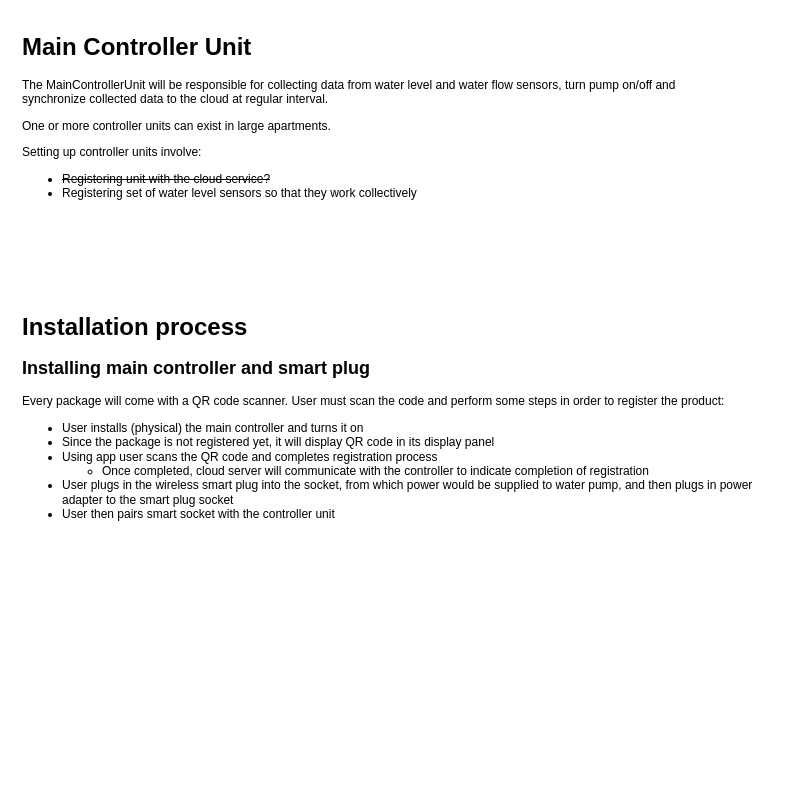
This is page "GatewayDevice" (3 of 3) of notes/WaterPumpMaintenance.drawio from aniruddhand/ciot-capstone, a draw.io file, before an edit. Source tidied: cells renumbered, new cells numbered last; positions are measured from the earlier drawing's top-left corner, leaving out a move shared by most shapes. Both pictures are drawn from the tidied source at 100%, with x=0, y=0 at pixel (17, 27).
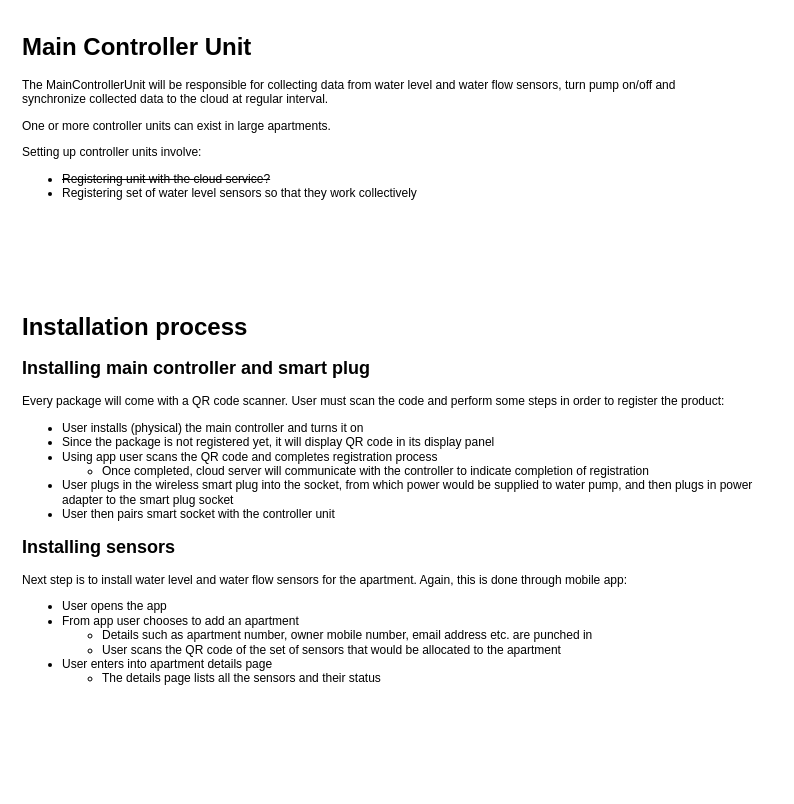
After the change.

Commit message:
Updated sensor installation process

Diff of the diagram source:
```diff
@@
 <mxGraphModel>
   <root>
     <mxCell id="0" />
     <mxCell id="1" parent="0" />
     <mxCell id="2" value="&lt;h1&gt;Main Controller Unit&lt;/h1&gt;&lt;p&gt;The MainControllerUnit will be responsible for collecting data from water level and water flow sensors, turn pump on/off and synchronize collected data to the cloud at regular interval.&lt;/p&gt;&lt;p&gt;One or more controller units can exist in large apartments.&lt;/p&gt;&lt;p&gt;Setting up controller units involve:&lt;/p&gt;&lt;ul&gt;&lt;li&gt;&lt;strike&gt;Registering unit with the cloud service?&lt;/strike&gt;&lt;br&gt;&lt;/li&gt;&lt;li&gt;Registering set of water level sensors so that they work collectively&lt;/li&gt;&lt;/ul&gt;" style="text;html=1;strokeColor=none;fillColor=none;spacing=5;spacingTop=-20;whiteSpace=wrap;overflow=hidden;rounded=0;" parent="1" vertex="1">
       <mxGeometry width="720" height="200" as="geometry" />
     </mxCell>
-    <mxCell id="3" value="&lt;h1&gt;Installation process&lt;/h1&gt;&lt;div&gt;&lt;h2&gt;Installing main controller and smart plug&lt;/h2&gt;&lt;/div&gt;&lt;p&gt;Every package will come with a QR code scanner. User must scan the code and perform some steps in order to register the product:&lt;/p&gt;&lt;ul&gt;&lt;li&gt;User installs (physical) the main controller and turns it on&lt;/li&gt;&lt;li&gt;Since the package is not registered yet, it will display QR code in its display panel&lt;br&gt;&lt;/li&gt;&lt;li&gt;Using app user scans the QR code and completes registration process&lt;br&gt;&lt;/li&gt;&lt;ul&gt;&lt;li&gt;Once completed, cloud server will communicate with the controller to indicate completion of registration&lt;/li&gt;&lt;/ul&gt;&lt;li&gt;User plugs in the wireless smart plug into the socket, from which power would be supplied to water pump, and then plugs in power adapter to the smart plug socket&lt;/li&gt;&lt;li&gt;User then pairs smart socket with the controller unit&lt;/li&gt;&lt;/ul&gt;" style="text;html=1;strokeColor=none;fillColor=none;spacing=5;spacingTop=-20;whiteSpace=wrap;overflow=hidden;rounded=0;" parent="1" vertex="1">
-      <mxGeometry y="280" width="760" height="390" as="geometry" />
+    <mxCell id="3" value="&lt;h1&gt;Installation process&lt;/h1&gt;&lt;div&gt;&lt;h2&gt;Installing main controller and smart plug&lt;/h2&gt;&lt;/div&gt;&lt;p&gt;Every package will come with a QR code scanner. User must scan the code and perform some steps in order to register the product:&lt;/p&gt;&lt;ul&gt;&lt;li&gt;User installs (physical) the main controller and turns it on&lt;/li&gt;&lt;li&gt;Since the package is not registered yet, it will display QR code in its display panel&lt;br&gt;&lt;/li&gt;&lt;li&gt;Using app user scans the QR code and completes registration process&lt;br&gt;&lt;/li&gt;&lt;ul&gt;&lt;li&gt;Once completed, cloud server will communicate with the controller to indicate completion of registration&lt;/li&gt;&lt;/ul&gt;&lt;li&gt;User plugs in the wireless smart plug into the socket, from which power would be supplied to water pump, and then plugs in power adapter to the smart plug socket&lt;/li&gt;&lt;li&gt;User then pairs smart socket with the controller unit&lt;/li&gt;&lt;/ul&gt;&lt;h2&gt;Installing sensors&lt;/h2&gt;&lt;div&gt;Next step is to install water level and water flow sensors for the apartment. Again, this is done through mobile app:&lt;/div&gt;&lt;div&gt;&lt;ul&gt;&lt;li&gt;User opens the app&lt;/li&gt;&lt;li&gt;From app user chooses to add an apartment&lt;/li&gt;&lt;ul&gt;&lt;li&gt;Details such as apartment number, owner mobile number, email address etc. are punched in&lt;/li&gt;&lt;li&gt;User scans the QR code of the set of sensors that would be allocated to the apartment&lt;br&gt;&lt;/li&gt;&lt;/ul&gt;&lt;li&gt;User enters into apartment details page&lt;/li&gt;&lt;ul&gt;&lt;li&gt;The details page lists all the sensors and their status&lt;br&gt;&lt;/li&gt;&lt;/ul&gt;&lt;span style=&quot;white-space: pre&quot;&gt; &lt;/span&gt;&lt;/ul&gt;&lt;/div&gt;" style="text;html=1;strokeColor=none;fillColor=none;spacing=5;spacingTop=-20;whiteSpace=wrap;overflow=hidden;rounded=0;" parent="1" vertex="1">
+      <mxGeometry y="280" width="760" height="480" as="geometry" />
     </mxCell>
   </root>
 </mxGraphModel>
```
